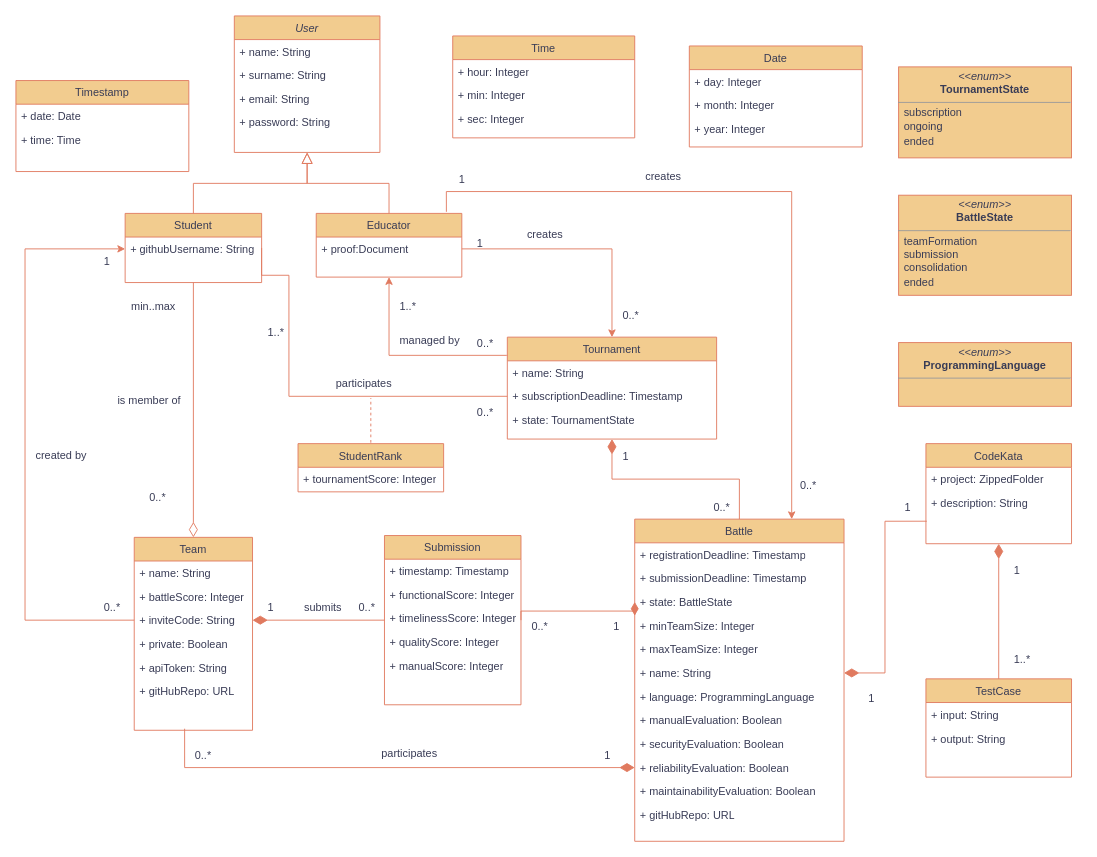
The draw.io diagram RASD/Diagrams/uml_v2.drawio in TommasoCapacci/SEII-2024-Capacci-Ginestroni, before the edit. Source tidied: cells renumbered, new cells numbered last; positions are measured from the earlier drawing's top-left corner, leaving out a move shared by most shapes. Both pictures are drawn from the tidied source at 91%, with x=0, y=0 at pixel (15, 15).
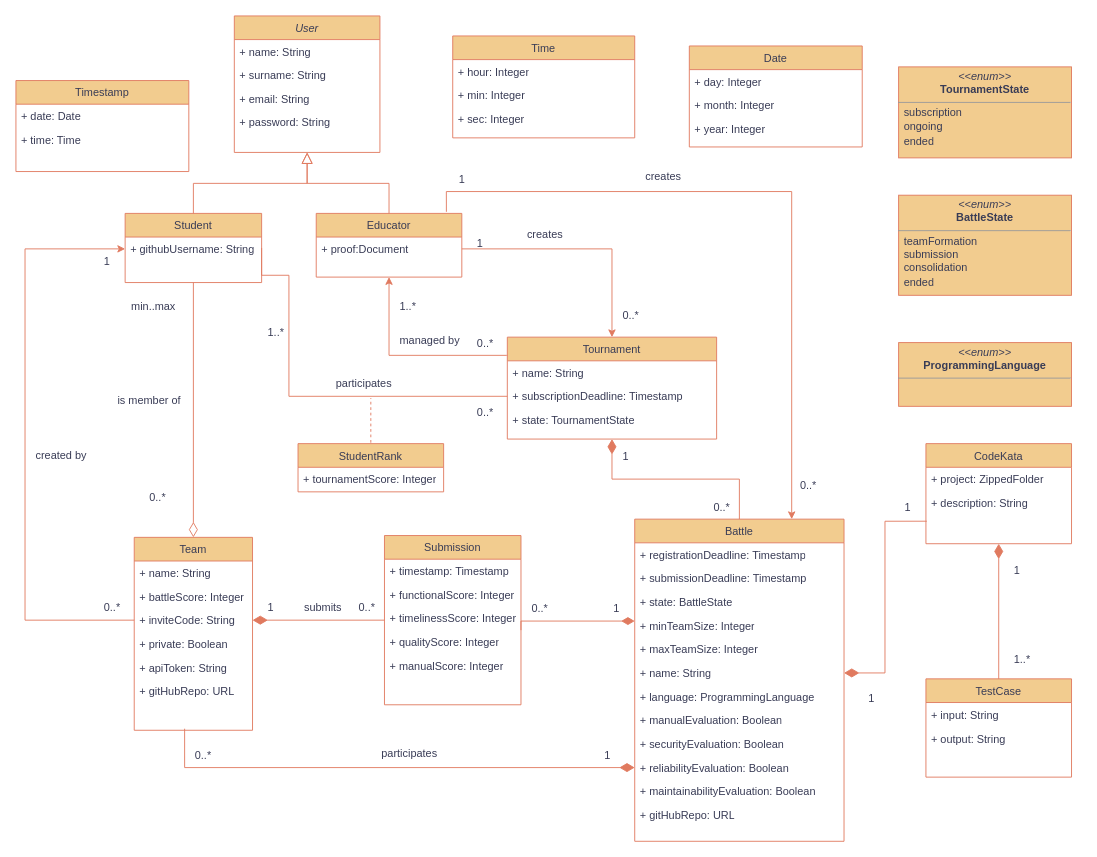
The same page after the edit.

Commit message (it also covers changes not shown here):
minor uml graphical fix

Unchanged cells that the change refers to:
```xml
<mxCell id="24" value="+ state: BattleState" style="text;align=left;verticalAlign=top;spacingLeft=4;spacingRight=4;overflow=hidden;points=[[0,0.5],[1,0.5]];portConstraint=eastwest;rounded=0;shadow=0;html=0;labelBackgroundColor=none;whiteSpace=wrap;fontColor=#393C56;" parent="21" vertex="1">
  <mxGeometry y="78" width="230" height="26" as="geometry" />
</mxCell>
<mxCell id="49" value="Submission" style="swimlane;fontStyle=0;align=center;verticalAlign=top;horizontal=1;startSize=26;rounded=0;shadow=0;strokeWidth=1;labelBackgroundColor=none;whiteSpace=wrap;fillColor=#F2CC8F;strokeColor=#E07A5F;fontColor=#393C56;" parent="1" vertex="1">
  <mxGeometry x="405" y="571" width="150" height="186" as="geometry" />
</mxCell>
```

Change to the diagram source:
```diff
@@
-    <mxCell id="57" style="endArrow=diamondThin;html=1;rounded=0;exitX=1;exitY=0.5;exitDx=0;exitDy=0;labelBackgroundColor=none;fontColor=default;endFill=1;endSize=12;entryX=0;entryY=0.5;entryDx=0;entryDy=0;edgeStyle=orthogonalEdgeStyle;strokeColor=#E07A5F;" parent="1" edge="1" source="49" target="24">
+    <mxCell id="57" style="endArrow=diamondThin;html=1;rounded=0;exitX=1;exitY=0.5;exitDx=0;exitDy=0;labelBackgroundColor=none;fontColor=default;endFill=1;endSize=12;edgeStyle=orthogonalEdgeStyle;strokeColor=#E07A5F;" parent="1" edge="1">
       <mxGeometry relative="1" as="geometry">
+        <mxPoint x="555" y="675" as="sourcePoint" />
+        <mxPoint x="680" y="665" as="targetPoint" />
         <Array as="points">
-          <mxPoint x="555" y="654" />
+          <mxPoint x="555" y="665" />
+          <mxPoint x="680" y="665" />
         </Array>
       </mxGeometry>
     </mxCell>
@@
     <mxCell id="96" value="0..*" style="align=left;verticalAlign=bottom;labelBackgroundColor=none;fontSize=12;rounded=0;fillColor=#F2CC8F;strokeColor=#E07A5F;fontColor=#393C56;" parent="1" vertex="1">
-      <mxGeometry x="540" y="664" as="geometry">
+      <mxGeometry x="540" y="645" as="geometry">
         <mxPoint x="25" y="15" as="offset" />
       </mxGeometry>
     </mxCell>
@@
     <mxCell id="108" value="1" style="align=left;verticalAlign=bottom;labelBackgroundColor=none;fontSize=12;rounded=0;fillColor=#F2CC8F;strokeColor=#E07A5F;fontColor=#393C56;" parent="1" vertex="1">
-      <mxGeometry x="630" y="664" as="geometry">
+      <mxGeometry x="630" y="645" as="geometry">
         <mxPoint x="25" y="15" as="offset" />
       </mxGeometry>
     </mxCell>
```
